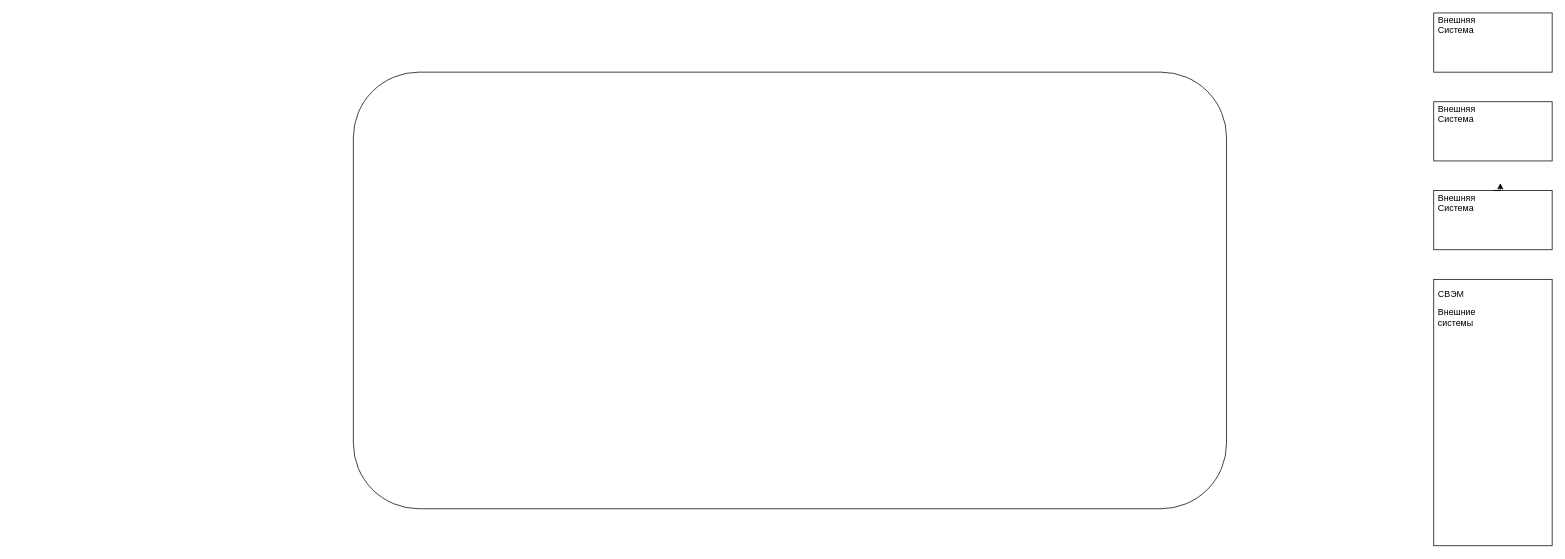
This is Диаграмма без названия.drawio from Deadnius/Architecture, a draw.io file, before an edit. Source tidied: cells renumbered, new cells numbered last; positions are measured from the earlier drawing's top-left corner, leaving out a move shared by most shapes. Both pictures are drawn from the tidied source at 74%, with x=0, y=0 at pixel (353, 13). Pictures stored in the file or linked from it are replaced by grey dashed boxes.
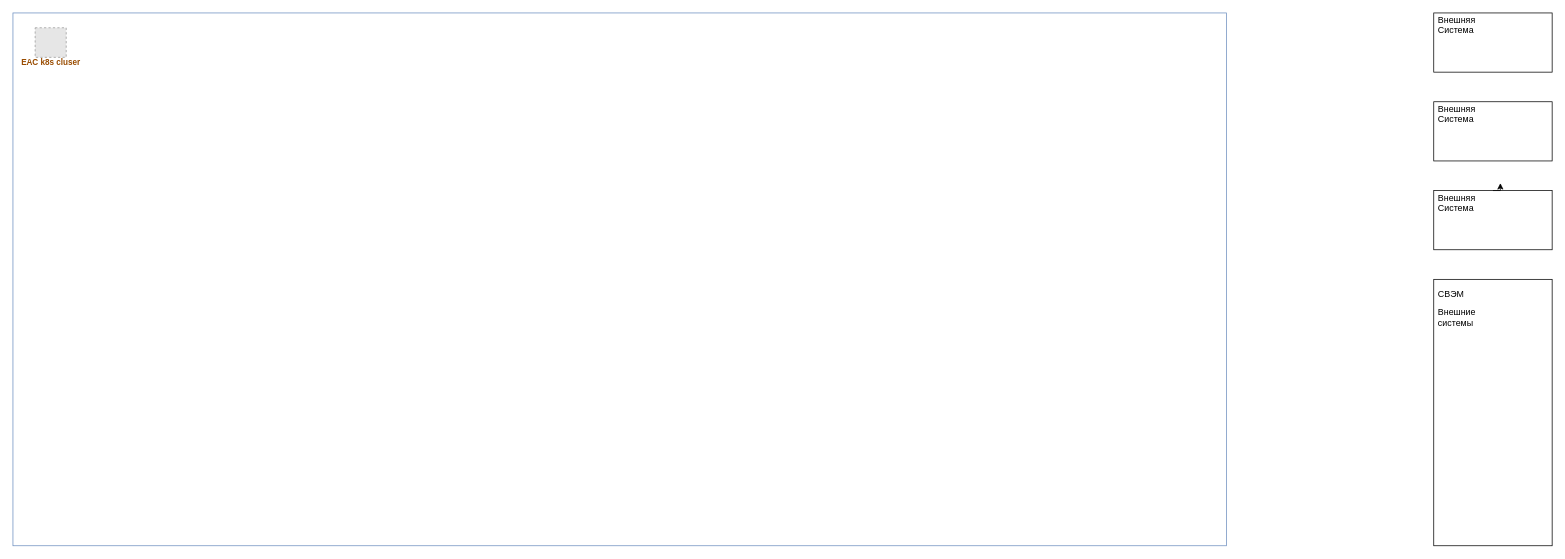
The same diagram, later.

Change to the diagram source:
```diff
@@
 <mxGraphModel>
   <root>
     <mxCell id="0" />
     <mxCell id="1" parent="0" />
-    <mxCell id="2" style="rounded=1;whiteSpace=wrap;html=1;fillColor=none;" parent="1" vertex="1">
-      <mxGeometry y="80" width="1180" height="590" as="geometry" />
-    </mxCell>
     <mxCell id="3" style="rounded=0;whiteSpace=wrap;html=1;fillColor=none;" parent="1" vertex="1">
       <mxGeometry x="1460" y="360" width="160" height="360" as="geometry" />
     </mxCell>
     <mxCell id="4" value="СВЭМ" style="text;strokeColor=none;fillColor=none;align=left;verticalAlign=middle;spacingLeft=4;spacingRight=4;overflow=hidden;whiteSpace=wrap;html=1;" parent="1" vertex="1">
       <mxGeometry x="1460" y="365" width="80" height="30" as="geometry" />
     </mxCell>
     <mxCell id="5" value="Внешние системы" style="text;strokeColor=none;fillColor=none;align=left;verticalAlign=middle;spacingLeft=4;spacingRight=4;overflow=hidden;whiteSpace=wrap;html=1;" parent="1" vertex="1">
       <mxGeometry x="1460" y="395" width="80" height="30" as="geometry" />
     </mxCell>
     <mxCell id="6" style="edgeStyle=orthogonalEdgeStyle;rounded=0;jettySize=auto;html=1;exitX=0.5;exitY=0;exitDx=0;exitDy=0;" parent="1" edge="1" source="7">
       <mxGeometry relative="1" as="geometry">
         <mxPoint x="1550" y="230" as="targetPoint" />
       </mxGeometry>
     </mxCell>
     <mxCell id="7" style="rounded=0;whiteSpace=wrap;html=1;fillColor=none;" parent="1" vertex="1">
       <mxGeometry x="1460" y="240" width="160" height="80" as="geometry" />
     </mxCell>
     <mxCell id="8" style="rounded=0;whiteSpace=wrap;html=1;fillColor=none;" parent="1" vertex="1">
       <mxGeometry x="1460" y="120" width="160" height="80" as="geometry" />
     </mxCell>
     <mxCell id="9" style="rounded=0;whiteSpace=wrap;html=1;fillColor=none;" parent="1" vertex="1">
       <mxGeometry x="1460" width="160" height="80" as="geometry" />
     </mxCell>
     <mxCell id="10" value="Внешняя Система" style="text;strokeColor=none;fillColor=none;align=left;verticalAlign=middle;spacingLeft=4;spacingRight=4;overflow=hidden;whiteSpace=wrap;html=1;" parent="1" vertex="1">
       <mxGeometry x="1460" y="240" width="80" height="30" as="geometry" />
     </mxCell>
     <mxCell id="11" value="Внешняя Система" style="text;strokeColor=none;fillColor=none;align=left;verticalAlign=middle;spacingLeft=4;spacingRight=4;overflow=hidden;whiteSpace=wrap;html=1;" parent="1" vertex="1">
       <mxGeometry x="1460" y="120" width="80" height="30" as="geometry" />
     </mxCell>
     <mxCell id="12" value="Внешняя Система" style="text;strokeColor=none;fillColor=none;align=left;verticalAlign=middle;spacingLeft=4;spacingRight=4;overflow=hidden;whiteSpace=wrap;html=1;" parent="1" vertex="1">
       <mxGeometry x="1460" width="80" height="30" as="geometry" />
     </mxCell>
+    <mxCell id="13" value="&lt;font color=&quot;#994c00&quot;&gt;ЕАС k8s cluser&lt;/font&gt;" style="fillColor=#E6E6E6;strokeColor=#999999;dashed=1;html=1;verticalAlign=top;labelPosition=center;verticalLabelPosition=bottom;align=center;spacingTop=-6;fontSize=11;fontStyle=1;fontColor=#999999;" parent="1" vertex="1">
+      <mxGeometry x="-430" y="20" width="42" height="40" as="geometry" />
+    </mxCell>
+    <mxCell id="14" style="rounded=0;whiteSpace=wrap;html=1;fillColor=none;strokeColor=#6c8ebf;" parent="1" vertex="1">
+      <mxGeometry x="-460" width="1640" height="720" as="geometry" />
+    </mxCell>
   </root>
 </mxGraphModel>
```
